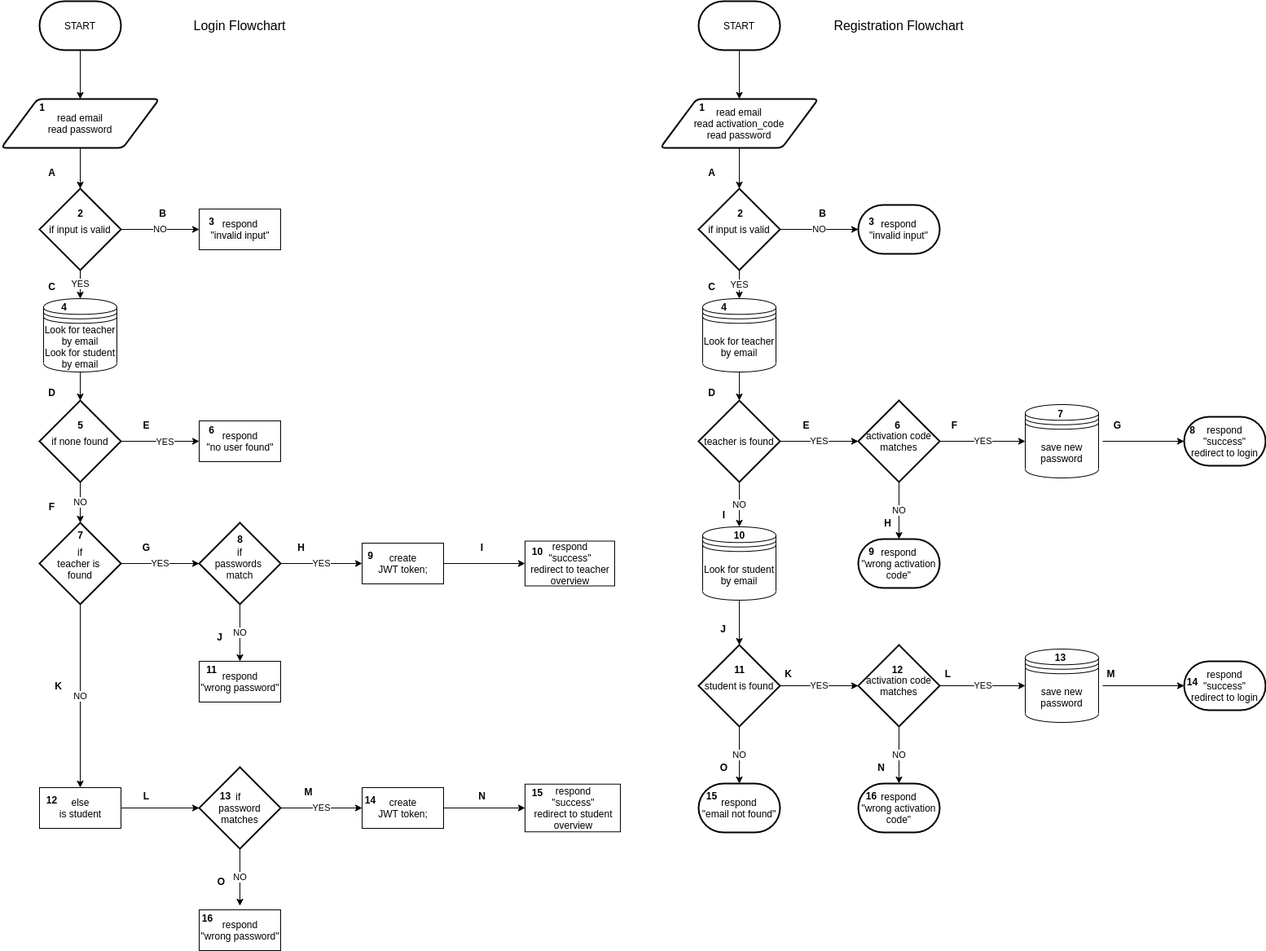
stefanosAgelastos/multi-db-web-server keeps this draw.io diagram as docs/auth-flowchart.drawio.png. Above is the earlier version. Source tidied: cells renumbered, new cells last; positions are measured from the earlier drawing's top-left corner, leaving out a move shared by most shapes.
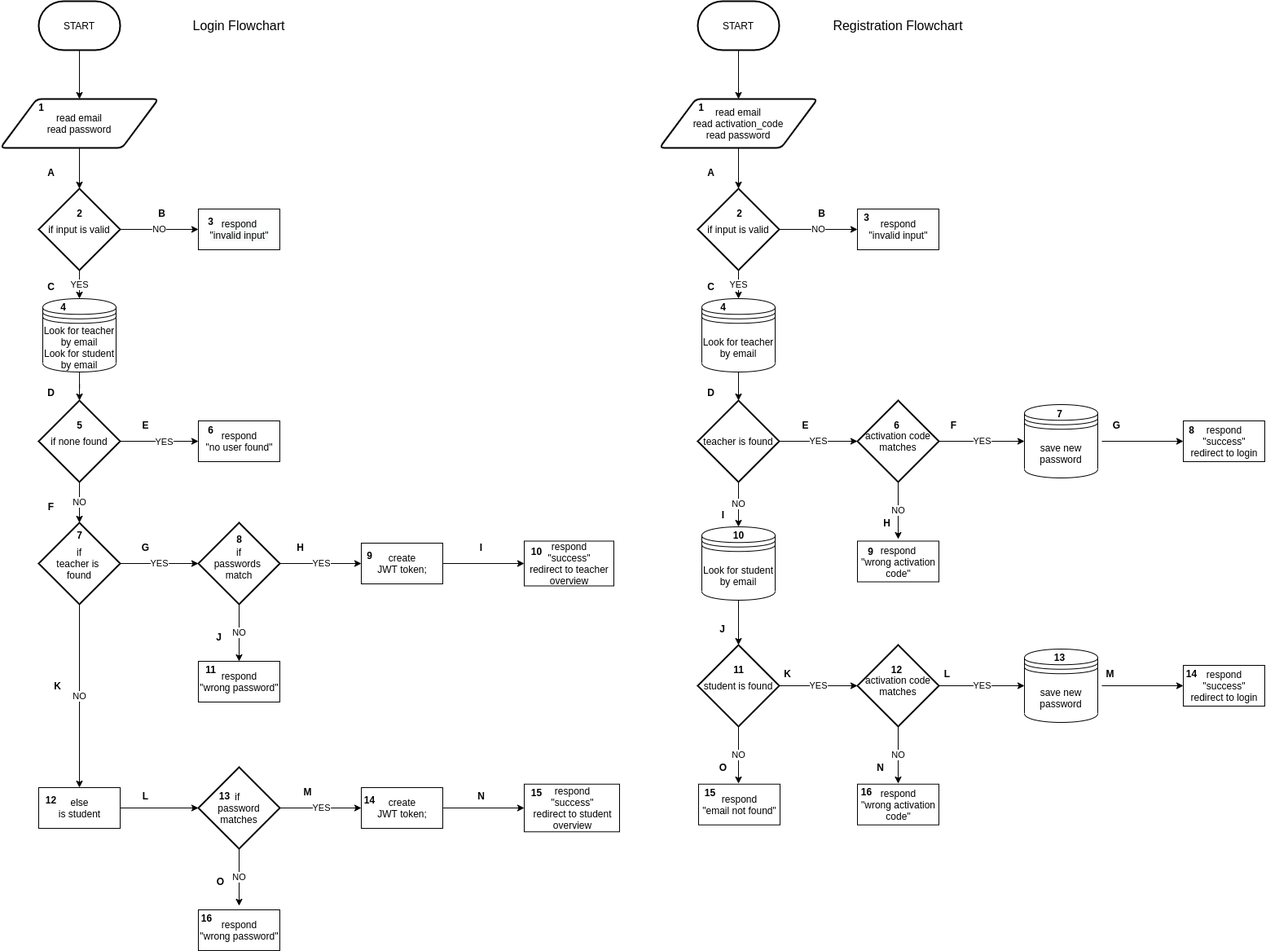
Later version of the same file.

Commit message:
replaced end nodes with statement nodes in registration

Diff of the diagram source:
```diff
@@ -71,8 +71,10 @@
         <mxPoint x="643" y="990" as="targetPoint" />
       </mxGeometry>
     </mxCell>
-    <mxCell id="19" value="NO" style="edgeStyle=orthogonalEdgeStyle;rounded=0;jettySize=auto;html=1;" parent="1" edge="1" source="21" target="22">
-      <mxGeometry relative="1" as="geometry" />
+    <mxCell id="19" value="NO" style="edgeStyle=orthogonalEdgeStyle;rounded=0;jettySize=auto;html=1;" parent="1" edge="1" source="21">
+      <mxGeometry relative="1" as="geometry">
+        <mxPoint x="1052" y="280" as="targetPoint" />
+      </mxGeometry>
     </mxCell>
     <mxCell id="20" value="YES" style="edgeStyle=none;html=1;" parent="1" edge="1" source="21" target="53">
       <mxGeometry relative="1" as="geometry" />
@@ -80,9 +82,6 @@
     <mxCell id="21" value="if input is valid" style="strokeWidth=2;html=1;shape=mxgraph.flowchart.decision;whiteSpace=wrap;" parent="1" vertex="1">
       <mxGeometry x="856" y="230" width="100" height="100" as="geometry" />
     </mxCell>
-    <mxCell id="22" value="respond&lt;br&gt;&quot;invalid input&quot;" style="strokeWidth=2;html=1;shape=mxgraph.flowchart.terminator;whiteSpace=wrap;" parent="1" vertex="1">
-      <mxGeometry x="1052" y="250" width="100" height="60" as="geometry" />
-    </mxCell>
     <mxCell id="23" style="edgeStyle=orthogonalEdgeStyle;rounded=0;jettySize=auto;html=1;startArrow=none;" parent="1" edge="1" source="50" target="47">
       <mxGeometry relative="1" as="geometry" />
     </mxCell>
@@ -98,22 +97,24 @@
     <mxCell id="27" value="YES" style="edgeStyle=orthogonalEdgeStyle;rounded=0;jettySize=auto;html=1;entryX=0;entryY=0.5;entryDx=0;entryDy=0;" parent="1" edge="1" source="29" target="58">
       <mxGeometry relative="1" as="geometry" />
     </mxCell>
-    <mxCell id="28" value="NO" style="edgeStyle=orthogonalEdgeStyle;rounded=0;jettySize=auto;html=1;" parent="1" edge="1" source="29" target="48">
-      <mxGeometry relative="1" as="geometry" />
+    <mxCell id="28" value="NO" style="edgeStyle=orthogonalEdgeStyle;rounded=0;jettySize=auto;html=1;" parent="1" edge="1" source="29">
+      <mxGeometry relative="1" as="geometry">
+        <mxPoint x="1102" y="660" as="targetPoint" />
+      </mxGeometry>
     </mxCell>
     <mxCell id="29" value="activation code matches" style="strokeWidth=2;html=1;shape=mxgraph.flowchart.decision;whiteSpace=wrap;" parent="1" vertex="1">
       <mxGeometry x="1052" y="490" width="100" height="100" as="geometry" />
     </mxCell>
-    <mxCell id="30" style="edgeStyle=orthogonalEdgeStyle;rounded=0;jettySize=auto;html=1;" parent="1" edge="1" target="31">
+    <mxCell id="30" style="edgeStyle=orthogonalEdgeStyle;rounded=0;orthogonalLoop=1;jettySize=auto;html=1;" parent="1" edge="1">
       <mxGeometry relative="1" as="geometry">
         <mxPoint x="1352" y="540" as="sourcePoint" />
+        <mxPoint x="1452" y="540" as="targetPoint" />
       </mxGeometry>
     </mxCell>
-    <mxCell id="31" value="respond&lt;br&gt;&quot;success&quot;&lt;br&gt;redirect to login" style="strokeWidth=2;html=1;shape=mxgraph.flowchart.terminator;whiteSpace=wrap;" parent="1" vertex="1">
-      <mxGeometry x="1452" y="510" width="100" height="60" as="geometry" />
-    </mxCell>
-    <mxCell id="32" value="NO" style="edgeStyle=orthogonalEdgeStyle;rounded=0;jettySize=auto;html=1;" parent="1" edge="1" source="34" target="40">
-      <mxGeometry relative="1" as="geometry" />
+    <mxCell id="32" value="NO" style="edgeStyle=orthogonalEdgeStyle;rounded=0;jettySize=auto;html=1;" parent="1" edge="1" source="34">
+      <mxGeometry relative="1" as="geometry">
+        <mxPoint x="906" y="960" as="targetPoint" />
+      </mxGeometry>
     </mxCell>
     <mxCell id="33" value="YES" style="edgeStyle=orthogonalEdgeStyle;rounded=0;jettySize=auto;html=1;" parent="1" edge="1" source="34" target="37">
       <mxGeometry relative="1" as="geometry" />
@@ -124,23 +125,20 @@
     <mxCell id="35" value="YES" style="edgeStyle=orthogonalEdgeStyle;rounded=0;jettySize=auto;html=1;entryX=0;entryY=0.5;entryDx=0;entryDy=0;" parent="1" edge="1" source="37" target="59">
       <mxGeometry relative="1" as="geometry" />
     </mxCell>
-    <mxCell id="36" value="NO" style="edgeStyle=orthogonalEdgeStyle;rounded=0;jettySize=auto;html=1;" parent="1" edge="1" source="37" target="49">
-      <mxGeometry relative="1" as="geometry" />
+    <mxCell id="36" value="NO" style="edgeStyle=orthogonalEdgeStyle;rounded=0;jettySize=auto;html=1;" parent="1" edge="1" source="37">
+      <mxGeometry relative="1" as="geometry">
+        <mxPoint x="1102" y="960" as="targetPoint" />
+      </mxGeometry>
     </mxCell>
     <mxCell id="37" value="activation code matches" style="strokeWidth=2;html=1;shape=mxgraph.flowchart.decision;whiteSpace=wrap;" parent="1" vertex="1">
       <mxGeometry x="1052" y="790" width="100" height="100" as="geometry" />
     </mxCell>
-    <mxCell id="38" style="edgeStyle=orthogonalEdgeStyle;rounded=0;jettySize=auto;html=1;" parent="1" edge="1" target="39">
+    <mxCell id="38" style="edgeStyle=orthogonalEdgeStyle;rounded=0;orthogonalLoop=1;jettySize=auto;html=1;" parent="1" edge="1">
       <mxGeometry relative="1" as="geometry">
         <mxPoint x="1352" y="840" as="sourcePoint" />
+        <mxPoint x="1452" y="840" as="targetPoint" />
       </mxGeometry>
     </mxCell>
-    <mxCell id="39" value="respond&lt;br&gt;&quot;success&quot;&lt;br&gt;redirect to login" style="strokeWidth=2;html=1;shape=mxgraph.flowchart.terminator;whiteSpace=wrap;" parent="1" vertex="1">
-      <mxGeometry x="1452" y="810" width="100" height="60" as="geometry" />
-    </mxCell>
-    <mxCell id="40" value="respond&lt;br&gt;&quot;email not found&quot;" style="strokeWidth=2;html=1;shape=mxgraph.flowchart.terminator;whiteSpace=wrap;" parent="1" vertex="1">
-      <mxGeometry x="856" y="960" width="100" height="60" as="geometry" />
-    </mxCell>
     <mxCell id="41" style="edgeStyle=orthogonalEdgeStyle;rounded=0;jettySize=auto;html=1;" parent="1" edge="1" source="42" target="21">
       <mxGeometry relative="1" as="geometry" />
     </mxCell>
@@ -168,12 +166,6 @@
     <mxCell id="47" value="if none found" style="strokeWidth=2;html=1;shape=mxgraph.flowchart.decision;whiteSpace=wrap;" parent="1" vertex="1">
       <mxGeometry x="47" y="490" width="100" height="100" as="geometry" />
     </mxCell>
-    <mxCell id="48" value="respond&lt;br&gt;&quot;wrong activation&lt;br&gt;code&quot;" style="strokeWidth=2;html=1;shape=mxgraph.flowchart.terminator;whiteSpace=wrap;" parent="1" vertex="1">
-      <mxGeometry x="1052" y="660" width="100" height="60" as="geometry" />
-    </mxCell>
-    <mxCell id="49" value="respond&lt;br&gt;&quot;wrong activation&lt;br&gt;code&quot;" style="strokeWidth=2;html=1;shape=mxgraph.flowchart.terminator;whiteSpace=wrap;" parent="1" vertex="1">
-      <mxGeometry x="1052" y="960" width="100" height="60" as="geometry" />
-    </mxCell>
     <mxCell id="50" value="&lt;span&gt;Look for teacher by email&lt;/span&gt;&lt;br&gt;&lt;span&gt;Look for student by email&lt;/span&gt;" style="shape=datastore;whiteSpace=wrap;html=1;" parent="1" vertex="1">
       <mxGeometry x="52" y="365" width="90" height="90" as="geometry" />
     </mxCell>
@@ -360,15 +352,9 @@
     <mxCell id="111" value="&lt;b&gt;6&lt;/b&gt;" style="text;html=1;align=center;verticalAlign=middle;strokeColor=none;fillColor=none;" parent="1" vertex="1">
       <mxGeometry x="1090" y="510" width="20" height="20" as="geometry" />
     </mxCell>
-    <mxCell id="112" value="&lt;b&gt;3&lt;/b&gt;" style="text;html=1;align=center;verticalAlign=middle;strokeColor=none;fillColor=none;" parent="1" vertex="1">
-      <mxGeometry x="1058" y="260" width="20" height="20" as="geometry" />
-    </mxCell>
     <mxCell id="113" value="&lt;b&gt;7&lt;/b&gt;" style="text;html=1;align=center;verticalAlign=middle;strokeColor=none;fillColor=none;" parent="1" vertex="1">
       <mxGeometry x="1290" y="496" width="20" height="20" as="geometry" />
     </mxCell>
-    <mxCell id="114" value="&lt;b&gt;8&lt;/b&gt;" style="text;html=1;align=center;verticalAlign=middle;strokeColor=none;fillColor=none;" parent="1" vertex="1">
-      <mxGeometry x="1452" y="516" width="20" height="20" as="geometry" />
-    </mxCell>
     <mxCell id="115" value="&lt;b&gt;F&lt;/b&gt;" style="text;html=1;align=center;verticalAlign=middle;strokeColor=none;fillColor=none;" parent="1" vertex="1">
       <mxGeometry x="1160" y="510" width="20" height="20" as="geometry" />
     </mxCell>
@@ -402,9 +388,6 @@
     <mxCell id="125" value="&lt;b&gt;10&lt;/b&gt;" style="text;html=1;align=center;verticalAlign=middle;strokeColor=none;fillColor=none;" parent="1" vertex="1">
       <mxGeometry x="891" y="645" width="30" height="20" as="geometry" />
     </mxCell>
-    <mxCell id="126" value="&lt;b&gt;9&lt;/b&gt;" style="text;html=1;align=center;verticalAlign=middle;strokeColor=none;fillColor=none;" parent="1" vertex="1">
-      <mxGeometry x="1058" y="665" width="20" height="20" as="geometry" />
-    </mxCell>
     <mxCell id="127" value="&lt;b&gt;11&lt;/b&gt;" style="text;html=1;align=center;verticalAlign=middle;strokeColor=none;fillColor=none;" parent="1" vertex="1">
       <mxGeometry x="891" y="810" width="30" height="20" as="geometry" />
     </mxCell>
@@ -414,14 +397,41 @@
     <mxCell id="129" value="&lt;b&gt;13&lt;/b&gt;" style="text;html=1;align=center;verticalAlign=middle;strokeColor=none;fillColor=none;" parent="1" vertex="1">
       <mxGeometry x="1285" y="795" width="30" height="20" as="geometry" />
     </mxCell>
-    <mxCell id="130" value="&lt;b&gt;14&lt;/b&gt;" style="text;html=1;align=center;verticalAlign=middle;strokeColor=none;fillColor=none;" parent="1" vertex="1">
-      <mxGeometry x="1447" y="825" width="30" height="20" as="geometry" />
-    </mxCell>
+    <mxCell id="133" value="&lt;span&gt;respond&lt;/span&gt;&lt;br&gt;&lt;span&gt;&quot;wrong activation&lt;/span&gt;&lt;br&gt;&lt;span&gt;code&quot;&lt;/span&gt;" style="html=1;dashed=0;whitespace=wrap;" parent="1" vertex="1">
+      <mxGeometry x="1052" y="662.5" width="100" height="50" as="geometry" />
+    </mxCell>
+    <mxCell id="22" value="&lt;span&gt;respond&lt;/span&gt;&lt;br&gt;&lt;span&gt;&quot;invalid input&quot;&lt;/span&gt;" style="html=1;dashed=0;whitespace=wrap;" parent="1" vertex="1">
+      <mxGeometry x="1052" y="255" width="100" height="50" as="geometry" />
+    </mxCell>
+    <mxCell id="134" value="&lt;span&gt;respond&lt;/span&gt;&lt;br&gt;&lt;span&gt;&quot;success&quot;&lt;/span&gt;&lt;br&gt;&lt;span&gt;redirect to login&lt;/span&gt;" style="html=1;dashed=0;whitespace=wrap;" parent="1" vertex="1">
+      <mxGeometry x="1452" y="515" width="100" height="50" as="geometry" />
+    </mxCell>
+    <mxCell id="135" value="&lt;span&gt;respond&lt;/span&gt;&lt;br&gt;&lt;span&gt;&quot;success&quot;&lt;/span&gt;&lt;br&gt;&lt;span&gt;redirect to login&lt;/span&gt;" style="html=1;dashed=0;whitespace=wrap;" parent="1" vertex="1">
+      <mxGeometry x="1452" y="815" width="100" height="50" as="geometry" />
+    </mxCell>
+    <mxCell id="136" value="&lt;span&gt;respond&lt;/span&gt;&lt;br&gt;&lt;span&gt;&quot;wrong activation&lt;/span&gt;&lt;br&gt;&lt;span&gt;code&quot;&lt;/span&gt;" style="html=1;dashed=0;whitespace=wrap;" parent="1" vertex="1">
+      <mxGeometry x="1052" y="960.8" width="100" height="50" as="geometry" />
+    </mxCell>
+    <mxCell id="40" value="&lt;span&gt;respond&lt;/span&gt;&lt;br&gt;&lt;span&gt;&quot;email not found&quot;&lt;/span&gt;" style="html=1;dashed=0;whitespace=wrap;" parent="1" vertex="1">
+      <mxGeometry x="857" y="960.8" width="100" height="50" as="geometry" />
+    </mxCell>
     <mxCell id="131" value="&lt;b&gt;15&lt;/b&gt;" style="text;html=1;align=center;verticalAlign=middle;strokeColor=none;fillColor=none;" parent="1" vertex="1">
-      <mxGeometry x="857" y="965" width="30" height="20" as="geometry" />
+      <mxGeometry x="856" y="960.8" width="30" height="20" as="geometry" />
     </mxCell>
     <mxCell id="132" value="&lt;b&gt;16&lt;/b&gt;" style="text;html=1;align=center;verticalAlign=middle;strokeColor=none;fillColor=none;" parent="1" vertex="1">
-      <mxGeometry x="1053" y="965" width="30" height="20" as="geometry" />
+      <mxGeometry x="1048" y="960" width="30" height="20" as="geometry" />
     </mxCell>
+    <mxCell id="130" value="&lt;b&gt;14&lt;/b&gt;" style="text;html=1;align=center;verticalAlign=middle;strokeColor=none;fillColor=none;" parent="1" vertex="1">
+      <mxGeometry x="1447" y="815" width="30" height="20" as="geometry" />
+    </mxCell>
+    <mxCell id="126" value="&lt;b&gt;9&lt;/b&gt;" style="text;html=1;align=center;verticalAlign=middle;strokeColor=none;fillColor=none;" parent="1" vertex="1">
+      <mxGeometry x="1058" y="665" width="20" height="20" as="geometry" />
+    </mxCell>
+    <mxCell id="114" value="&lt;b&gt;8&lt;/b&gt;" style="text;html=1;align=center;verticalAlign=middle;strokeColor=none;fillColor=none;" parent="1" vertex="1">
+      <mxGeometry x="1452" y="516" width="20" height="20" as="geometry" />
+    </mxCell>
+    <mxCell id="112" value="&lt;b&gt;3&lt;/b&gt;" style="text;html=1;align=center;verticalAlign=middle;strokeColor=none;fillColor=none;" parent="1" vertex="1">
+      <mxGeometry x="1053" y="255" width="20" height="20" as="geometry" />
+    </mxCell>
   </root>
 </mxGraphModel>
```
